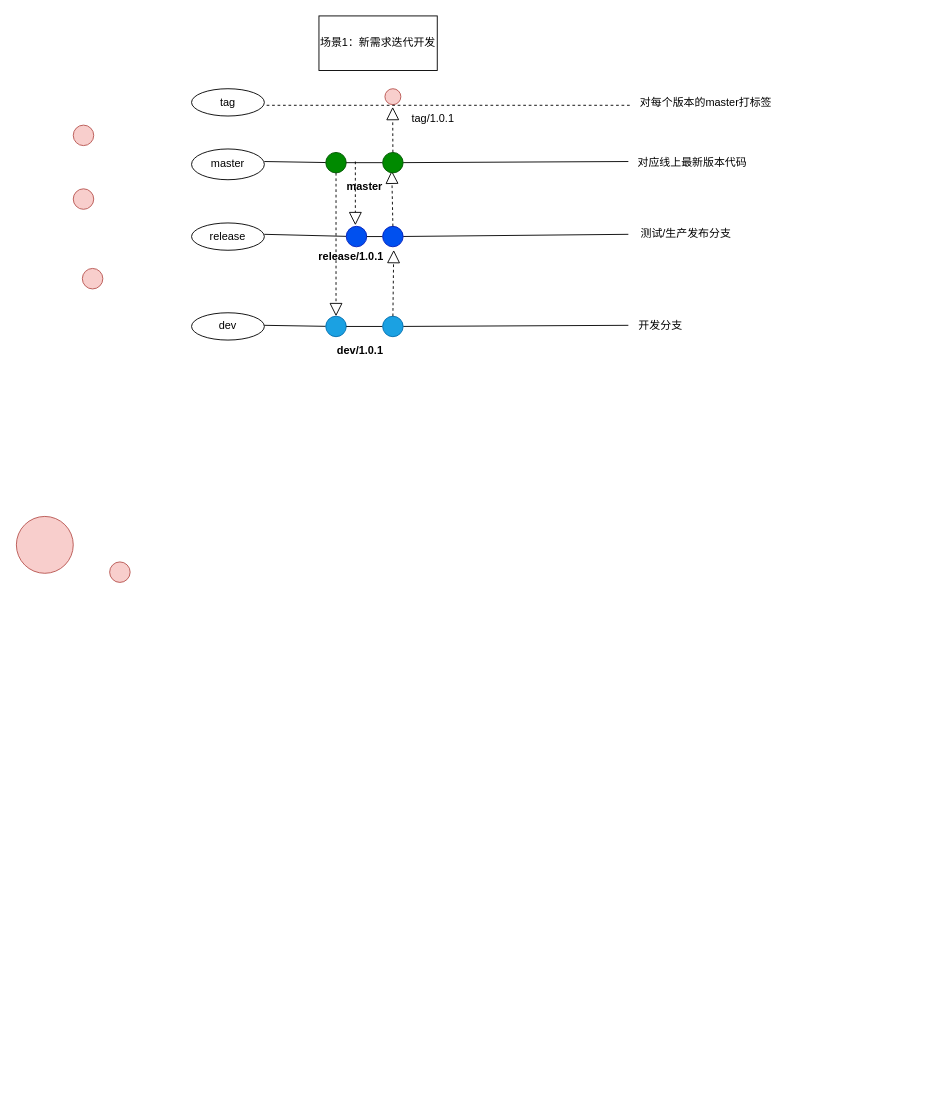
Above: 分支管理图谱/未命名绘图.drawio in fenghao13/drawFile (draw.io), before the change. Source tidied: cells renumbered, new cells numbered last; positions are measured from the earlier drawing's top-left corner, leaving out a move shared by most shapes. Both pictures are drawn from the tidied source at 91%, with x=0, y=0 at pixel (16, 15).
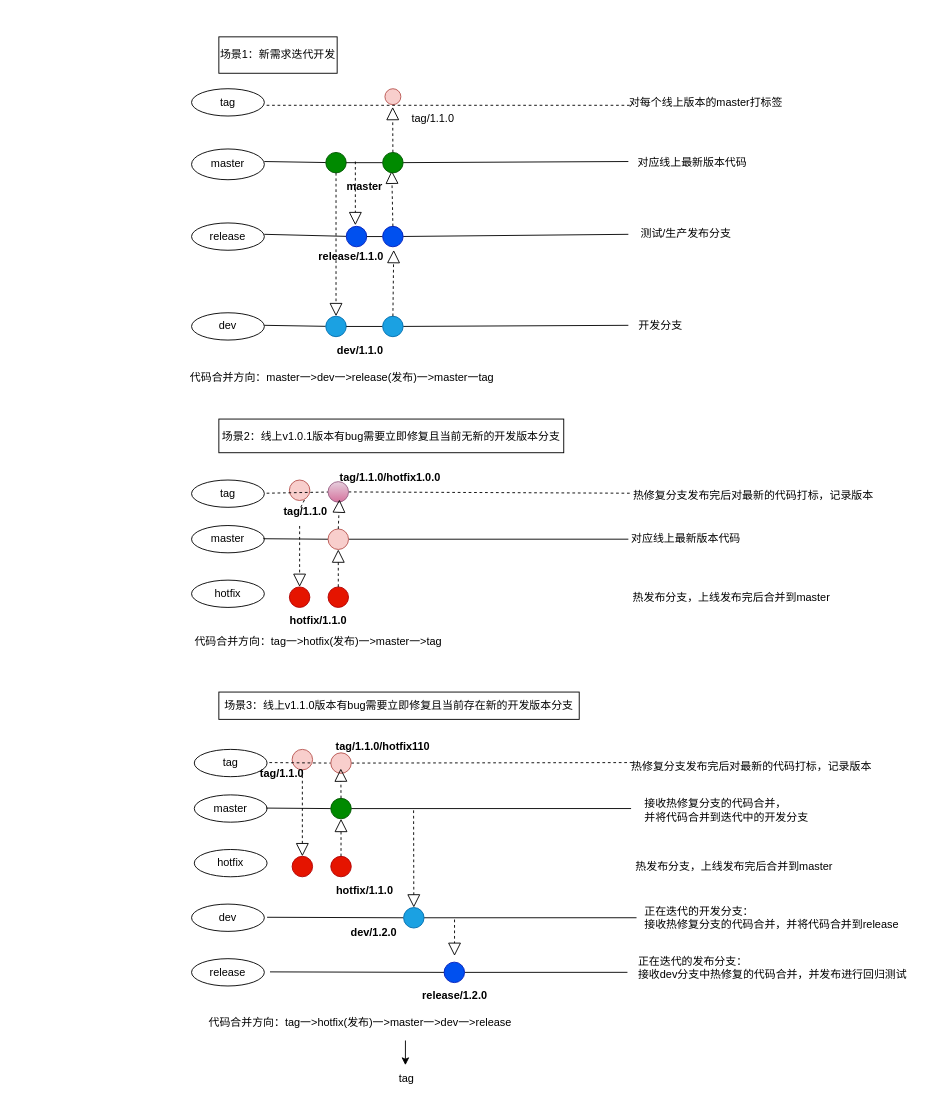
After the change.

Commit message:
代码分支管理方案图谱

The edit, as a diff of the source:
```diff
@@
-    <mxCell id="7" style="ellipse;whiteSpace=wrap;html=1;fillColor=#f8cecc;strokeColor=#b85450;" parent="1" vertex="1">
-      <mxGeometry x="62" y="120" width="22.5" height="22.5" as="geometry" />
-    </mxCell>
-    <mxCell id="8" style="ellipse;whiteSpace=wrap;html=1;fillColor=#f8cecc;strokeColor=#b85450;" parent="1" vertex="1">
-      <mxGeometry x="62" y="190" width="22.5" height="22.5" as="geometry" />
+    <mxCell id="8" style="ellipse;whiteSpace=wrap;html=1;fillColor=#e51400;strokeColor=#B20000;fontColor=#ffffff;" parent="1" vertex="1">
+      <mxGeometry x="299.5" y="627.5" width="22.5" height="22.5" as="geometry" />
     </mxCell>
     <mxCell id="9" style="ellipse;whiteSpace=wrap;html=1;fillColor=#f8cecc;strokeColor=#b85450;" parent="1" vertex="1">
-      <mxGeometry x="72" y="277.5" width="22.5" height="22.5" as="geometry" />
+      <mxGeometry x="299.5" y="510" width="22.5" height="22.5" as="geometry" />
     </mxCell>
-    <mxCell id="10" style="ellipse;whiteSpace=wrap;html=1;fillColor=#f8cecc;strokeColor=#b85450;" parent="1" vertex="1">
-      <mxGeometry x="102" y="600" width="22.5" height="22.5" as="geometry" />
-    </mxCell>
@@
-    <mxCell id="12" style="ellipse;whiteSpace=wrap;html=1;fillColor=#f8cecc;strokeColor=#b85450;" parent="1" vertex="1">
-      <mxGeometry x="-0.5" y="550" width="62.5" height="62.5" as="geometry" />
-    </mxCell>
@@
     <mxCell id="17" value="场景1：新需求迭代开发" style="rounded=0;whiteSpace=wrap;html=1;" parent="1" vertex="1">
-      <mxGeometry x="332" width="130" height="60" as="geometry" />
+      <mxGeometry x="222" y="23" width="130" height="40" as="geometry" />
     </mxCell>
@@
-    <mxCell id="21" value="release/1.0.1" style="text;html=1;align=center;verticalAlign=middle;points=[];strokeColor=none;fillColor=none;fontStyle=1;" parent="1" vertex="1">
+    <mxCell id="21" value="release/1.1.0" style="text;html=1;align=center;verticalAlign=middle;points=[];strokeColor=none;fillColor=none;fontStyle=1;" parent="1" vertex="1">
       <mxGeometry x="322" y="250" width="90" height="30" as="geometry" />
     </mxCell>
-    <mxCell id="22" value="dev/1.0.1" style="text;html=1;align=center;verticalAlign=middle;strokeColor=none;fillColor=none;fontStyle=1;" parent="1" vertex="1">
+    <mxCell id="22" value="dev/1.1.0" style="text;html=1;align=center;verticalAlign=middle;strokeColor=none;fillColor=none;fontStyle=1;" parent="1" vertex="1">
       <mxGeometry x="342" y="352.5" width="70" height="30" as="geometry" />
     </mxCell>
@@
-    <mxCell id="30" value="对每个版本的master打标签" style="text;html=1;align=center;verticalAlign=middle;strokeColor=none;fillColor=none;" parent="1" vertex="1">
-      <mxGeometry x="672" y="80" width="170" height="30" as="geometry" />
+    <mxCell id="30" value="对每个线上版本的master打标签" style="text;html=1;align=center;verticalAlign=middle;strokeColor=none;fillColor=none;" parent="1" vertex="1">
+      <mxGeometry x="662" y="80" width="190" height="30" as="geometry" />
     </mxCell>
@@
-    <mxCell id="41" value="tag/1.0.1" style="text;html=1;align=center;verticalAlign=middle;strokeColor=none;fillColor=none;" parent="1" vertex="1">
+    <mxCell id="41" value="tag/1.1.0" style="text;html=1;align=center;verticalAlign=middle;strokeColor=none;fillColor=none;" parent="1" vertex="1">
       <mxGeometry x="422" y="97.5" width="70" height="30" as="geometry" />
     </mxCell>
+    <mxCell id="42" value="场景2：线上v1.0.1版本有bug需要立即修复且当前无新的开发版本分支" style="whiteSpace=wrap;html=1;" parent="1" vertex="1">
+      <mxGeometry x="222" y="443" width="379" height="37" as="geometry" />
+    </mxCell>
+    <mxCell id="43" value="tag" style="ellipse;whiteSpace=wrap;html=1;" parent="1" vertex="1">
+      <mxGeometry x="192" y="510" width="80" height="30" as="geometry" />
+    </mxCell>
+    <mxCell id="44" style="endArrow=none;dashed=1;html=1;rounded=0;startArrow=none;" parent="1" edge="1" source="58">
+      <mxGeometry relative="1" as="geometry">
+        <mxPoint x="674.5" y="524.5" as="targetPoint" />
+      </mxGeometry>
+    </mxCell>
+    <mxCell id="45" value="master" style="ellipse;whiteSpace=wrap;html=1;" parent="1" vertex="1">
+      <mxGeometry x="192" y="560" width="80" height="30" as="geometry" />
+    </mxCell>
+    <mxCell id="46" style="endArrow=none;html=1;rounded=0;startArrow=none;" parent="1" edge="1" source="7">
+      <mxGeometry relative="1" as="geometry">
+        <mxPoint x="672" y="575" as="targetPoint" />
+      </mxGeometry>
+    </mxCell>
+    <mxCell id="47" value="hotfix" style="ellipse;whiteSpace=wrap;html=1;" parent="1" vertex="1">
+      <mxGeometry x="192" y="620" width="80" height="30" as="geometry" />
+    </mxCell>
+    <mxCell id="48" style="endArrow=none;html=1;rounded=0;" parent="1" edge="1" target="7">
+      <mxGeometry relative="1" as="geometry">
+        <mxPoint x="270.8" y="574.5" as="sourcePoint" />
+      </mxGeometry>
+    </mxCell>
+    <mxCell id="7" style="ellipse;whiteSpace=wrap;html=1;fillColor=#f8cecc;strokeColor=#b85450;" parent="1" vertex="1">
+      <mxGeometry x="342" y="563.8" width="22.5" height="22.5" as="geometry" />
+    </mxCell>
+    <mxCell id="49" style="endArrow=block;dashed=1;endFill=0;endSize=12;html=1;rounded=0;entryX=0.5;entryY=0;entryDx=0;entryDy=0;startArrow=none;exitX=0.411;exitY=1.017;exitDx=0;exitDy=0;exitPerimeter=0;" parent="1" edge="1" source="51" target="8">
+      <mxGeometry relative="1" as="geometry" />
+    </mxCell>
+    <mxCell id="50" style="endArrow=none;dashed=1;endFill=0;endSize=12;html=1;rounded=0;entryX=0.5;entryY=0;entryDx=0;entryDy=0;" parent="1" edge="1" target="51">
+      <mxGeometry relative="1" as="geometry">
+        <mxPoint x="312" y="540" as="sourcePoint" />
+      </mxGeometry>
+    </mxCell>
+    <mxCell id="51" value="tag/1.1.0" style="text;html=1;align=center;verticalAlign=middle;points=[];strokeColor=none;fillColor=none;fontStyle=1;" parent="1" vertex="1">
+      <mxGeometry x="282" y="530" width="70" height="30" as="geometry" />
+    </mxCell>
+    <mxCell id="52" value="对应线上最新版本代码" style="text;html=1;align=center;verticalAlign=middle;strokeColor=none;fillColor=none;" parent="1" vertex="1">
+      <mxGeometry x="664.5" y="560" width="140" height="30" as="geometry" />
+    </mxCell>
+    <mxCell id="53" value="代码合并方向：master一&amp;gt;dev一&amp;gt;release(发布)一&amp;gt;master一tag" style="text;html=1;align=center;verticalAlign=middle;strokeColor=none;fillColor=none;" parent="1" vertex="1">
+      <mxGeometry x="177" y="382.5" width="360" height="30" as="geometry" />
+    </mxCell>
+    <mxCell id="54" value="热发布分支，上线发布完后合并到master" style="text;html=1;align=center;verticalAlign=middle;strokeColor=none;fillColor=none;" parent="1" vertex="1">
+      <mxGeometry x="664.5" y="623.8" width="240" height="30" as="geometry" />
+    </mxCell>
+    <mxCell id="55" style="ellipse;whiteSpace=wrap;html=1;fillColor=#e51400;strokeColor=#B20000;fontColor=#ffffff;" parent="1" vertex="1">
+      <mxGeometry x="342" y="627.5" width="22.5" height="22.5" as="geometry" />
+    </mxCell>
+    <mxCell id="56" style="endArrow=block;dashed=1;endFill=0;endSize=12;html=1;rounded=0;exitX=0.5;exitY=0;exitDx=0;exitDy=0;entryX=0.5;entryY=1;entryDx=0;entryDy=0;" parent="1" edge="1" source="55" target="7">
+      <mxGeometry relative="1" as="geometry" />
+    </mxCell>
+    <mxCell id="57" style="endArrow=none;dashed=1;html=1;rounded=0;" parent="1" edge="1" target="58">
+      <mxGeometry relative="1" as="geometry">
+        <mxPoint x="274.5" y="524.5" as="sourcePoint" />
+      </mxGeometry>
+    </mxCell>
+    <mxCell id="58" style="ellipse;whiteSpace=wrap;html=1;fillColor=#e6d0de;strokeColor=#996185;gradientColor=#d5739d;" parent="1" vertex="1">
+      <mxGeometry x="342" y="511.8" width="22.5" height="22.5" as="geometry" />
+    </mxCell>
+    <mxCell id="59" style="endArrow=block;dashed=1;endFill=0;endSize=12;html=1;rounded=0;exitX=0.5;exitY=0;exitDx=0;exitDy=0;entryX=1.036;entryY=0.047;entryDx=0;entryDy=0;entryPerimeter=0;" parent="1" edge="1" source="7" target="51">
+      <mxGeometry relative="1" as="geometry" />
+    </mxCell>
+    <mxCell id="60" value="tag/1.1.0/hotfix1.0.0" style="text;html=1;align=center;verticalAlign=middle;strokeColor=none;fillColor=none;fontStyle=1;" parent="1" vertex="1">
+      <mxGeometry x="345" y="493" width="130" height="30" as="geometry" />
+    </mxCell>
+    <mxCell id="61" value="热修复分支发布完后对最新的代码打标，记录版本" style="text;html=1;align=center;verticalAlign=middle;strokeColor=none;fillColor=none;" parent="1" vertex="1">
+      <mxGeometry x="663.5" y="511.8" width="290" height="30" as="geometry" />
+    </mxCell>
+    <mxCell id="62" value="hotfix/1.1.0" style="text;html=1;align=center;verticalAlign=middle;strokeColor=none;fillColor=none;fontStyle=1;" parent="1" vertex="1">
+      <mxGeometry x="286" y="650" width="90" height="30" as="geometry" />
+    </mxCell>
+    <mxCell id="63" style="ellipse;whiteSpace=wrap;html=1;fillColor=#e51400;strokeColor=#B20000;fontColor=#ffffff;" parent="1" vertex="1">
+      <mxGeometry x="302.5" y="923.5" width="22.5" height="22.5" as="geometry" />
+    </mxCell>
+    <mxCell id="64" style="ellipse;whiteSpace=wrap;html=1;fillColor=#f8cecc;strokeColor=#b85450;" parent="1" vertex="1">
+      <mxGeometry x="302.5" y="806" width="22.5" height="22.5" as="geometry" />
+    </mxCell>
+    <mxCell id="65" value="场景3：线上v1.1.0版本有bug需要立即修复且当前存在新的开发版本分支" style="whiteSpace=wrap;html=1;" parent="1" vertex="1">
+      <mxGeometry x="222" y="743" width="396" height="30" as="geometry" />
+    </mxCell>
+    <mxCell id="66" value="tag" style="ellipse;whiteSpace=wrap;html=1;" parent="1" vertex="1">
+      <mxGeometry x="195" y="806" width="80" height="30" as="geometry" />
+    </mxCell>
+    <mxCell id="67" style="endArrow=none;dashed=1;html=1;rounded=0;startArrow=none;" parent="1" edge="1" source="79">
+      <mxGeometry relative="1" as="geometry">
+        <mxPoint x="677.5" y="820.5" as="targetPoint" />
+      </mxGeometry>
+    </mxCell>
+    <mxCell id="68" value="master" style="ellipse;whiteSpace=wrap;html=1;" parent="1" vertex="1">
+      <mxGeometry x="195" y="856" width="80" height="30" as="geometry" />
+    </mxCell>
+    <mxCell id="69" style="endArrow=none;html=1;rounded=0;startArrow=none;" parent="1" edge="1" source="72">
+      <mxGeometry relative="1" as="geometry">
+        <mxPoint x="675" y="871" as="targetPoint" />
+      </mxGeometry>
+    </mxCell>
+    <mxCell id="70" value="hotfix" style="ellipse;whiteSpace=wrap;html=1;" parent="1" vertex="1">
+      <mxGeometry x="195" y="916" width="80" height="30" as="geometry" />
+    </mxCell>
+    <mxCell id="71" style="endArrow=none;html=1;rounded=0;" parent="1" edge="1" target="72">
+      <mxGeometry relative="1" as="geometry">
+        <mxPoint x="273.8" y="870.5" as="sourcePoint" />
+      </mxGeometry>
+    </mxCell>
+    <mxCell id="72" style="ellipse;whiteSpace=wrap;html=1;fillColor=#008a00;strokeColor=#005700;fontColor=#ffffff;" parent="1" vertex="1">
+      <mxGeometry x="345" y="859.8" width="22.5" height="22.5" as="geometry" />
+    </mxCell>
+    <mxCell id="73" style="endArrow=block;dashed=1;endFill=0;endSize=12;html=1;rounded=0;entryX=0.5;entryY=0;entryDx=0;entryDy=0;startArrow=none;exitX=0.5;exitY=1;exitDx=0;exitDy=0;" parent="1" edge="1" source="64" target="63">
+      <mxGeometry relative="1" as="geometry" />
+    </mxCell>
+    <mxCell id="74" value="接收热修复分支的代码合并，&lt;br&gt;并将代码合并到迭代中的开发分支" style="text;html=1;align=left;verticalAlign=middle;strokeColor=none;fillColor=none;" parent="1" vertex="1">
+      <mxGeometry x="687.5" y="853" width="200" height="40" as="geometry" />
+    </mxCell>
+    <mxCell id="75" value="热发布分支，上线发布完后合并到master" style="text;html=1;align=center;verticalAlign=middle;strokeColor=none;fillColor=none;" parent="1" vertex="1">
+      <mxGeometry x="667.5" y="919.8" width="240" height="30" as="geometry" />
+    </mxCell>
+    <mxCell id="76" style="ellipse;whiteSpace=wrap;html=1;fillColor=#e51400;strokeColor=#B20000;fontColor=#ffffff;" parent="1" vertex="1">
+      <mxGeometry x="345" y="923.5" width="22.5" height="22.5" as="geometry" />
+    </mxCell>
+    <mxCell id="77" style="endArrow=block;dashed=1;endFill=0;endSize=12;html=1;rounded=0;exitX=0.5;exitY=0;exitDx=0;exitDy=0;entryX=0.5;entryY=1;entryDx=0;entryDy=0;" parent="1" edge="1" source="76" target="72">
+      <mxGeometry relative="1" as="geometry" />
+    </mxCell>
+    <mxCell id="78" style="endArrow=none;dashed=1;html=1;rounded=0;" parent="1" edge="1" target="79">
+      <mxGeometry relative="1" as="geometry">
+        <mxPoint x="277.5" y="820.5" as="sourcePoint" />
+      </mxGeometry>
+    </mxCell>
+    <mxCell id="79" style="ellipse;whiteSpace=wrap;html=1;fillColor=#f8cecc;strokeColor=#b85450;" parent="1" vertex="1">
+      <mxGeometry x="345" y="809.8" width="22.5" height="22.5" as="geometry" />
+    </mxCell>
+    <mxCell id="80" style="endArrow=block;dashed=1;endFill=0;endSize=12;html=1;rounded=0;exitX=0.5;exitY=0;exitDx=0;exitDy=0;" parent="1" edge="1" source="72">
+      <mxGeometry relative="1" as="geometry">
+        <mxPoint x="356" y="827" as="targetPoint" />
+      </mxGeometry>
+    </mxCell>
+    <mxCell id="81" value="tag/1.1.0/hotfix110" style="text;html=1;align=center;verticalAlign=middle;strokeColor=none;fillColor=none;fontStyle=1;" parent="1" vertex="1">
+      <mxGeometry x="337" y="788" width="130" height="30" as="geometry" />
+    </mxCell>
+    <mxCell id="82" value="热修复分支发布完后对最新的代码打标，记录版本" style="text;html=1;align=center;verticalAlign=middle;strokeColor=none;fillColor=none;" parent="1" vertex="1">
+      <mxGeometry x="662" y="809.8" width="290" height="30" as="geometry" />
+    </mxCell>
+    <mxCell id="83" value="hotfix/1.1.0" style="text;html=1;align=center;verticalAlign=middle;strokeColor=none;fillColor=none;fontStyle=1;" parent="1" vertex="1">
+      <mxGeometry x="337" y="946" width="90" height="30" as="geometry" />
+    </mxCell>
+    <mxCell id="84" value="代码合并方向：tag一&amp;gt;hotfix(发布)一&amp;gt;master一&amp;gt;tag" style="text;html=1;align=center;verticalAlign=middle;strokeColor=none;fillColor=none;" parent="1" vertex="1">
+      <mxGeometry x="181" y="673" width="300" height="30" as="geometry" />
+    </mxCell>
+    <mxCell id="85" value="dev" style="ellipse;whiteSpace=wrap;html=1;" parent="1" vertex="1">
+      <mxGeometry x="192" y="976" width="80" height="30" as="geometry" />
+    </mxCell>
+    <mxCell id="86" style="endArrow=none;html=1;rounded=0;startArrow=none;" parent="1" edge="1" source="88">
+      <mxGeometry relative="1" as="geometry">
+        <mxPoint x="681" y="991" as="targetPoint" />
+      </mxGeometry>
+    </mxCell>
+    <mxCell id="87" style="endArrow=none;html=1;rounded=0;startArrow=none;" parent="1" edge="1" target="88">
+      <mxGeometry relative="1" as="geometry">
+        <mxPoint x="275" y="990.5" as="sourcePoint" />
+      </mxGeometry>
+    </mxCell>
+    <mxCell id="88" style="ellipse;whiteSpace=wrap;html=1;fillColor=#1ba1e2;strokeColor=#006EAF;fontColor=#ffffff;" parent="1" vertex="1">
+      <mxGeometry x="425" y="979.8" width="22.5" height="22.5" as="geometry" />
+    </mxCell>
+    <mxCell id="89" style="endArrow=block;dashed=1;endFill=0;endSize=12;html=1;rounded=0;entryX=0.5;entryY=0;entryDx=0;entryDy=0;" parent="1" edge="1" target="88">
+      <mxGeometry relative="1" as="geometry">
+        <mxPoint x="436" y="873" as="sourcePoint" />
+      </mxGeometry>
+    </mxCell>
+    <mxCell id="90" value="dev/1.2.0" style="text;html=1;align=center;verticalAlign=middle;strokeColor=none;fillColor=none;fontStyle=1;" parent="1" vertex="1">
+      <mxGeometry x="357" y="993" width="70" height="30" as="geometry" />
+    </mxCell>
+    <mxCell id="91" value="release" style="ellipse;whiteSpace=wrap;html=1;" parent="1" vertex="1">
+      <mxGeometry x="192" y="1036" width="80" height="30" as="geometry" />
+    </mxCell>
+    <mxCell id="92" style="endArrow=none;html=1;rounded=0;startArrow=none;" parent="1" edge="1" source="10">
+      <mxGeometry relative="1" as="geometry">
+        <mxPoint x="671" y="1051" as="targetPoint" />
+      </mxGeometry>
+    </mxCell>
+    <mxCell id="93" style="endArrow=block;dashed=1;endFill=0;endSize=12;html=1;rounded=0;" parent="1" edge="1">
+      <mxGeometry relative="1" as="geometry">
+        <mxPoint x="481" y="993" as="sourcePoint" />
+        <mxPoint x="481" y="1033" as="targetPoint" />
+      </mxGeometry>
+    </mxCell>
+    <mxCell id="94" style="endArrow=none;html=1;rounded=0;startArrow=none;" parent="1" edge="1" target="10">
+      <mxGeometry relative="1" as="geometry">
+        <mxPoint x="278.2" y="1050.5" as="sourcePoint" />
+      </mxGeometry>
+    </mxCell>
+    <mxCell id="10" style="ellipse;whiteSpace=wrap;html=1;fillColor=#0050ef;strokeColor=#001DBC;fontColor=#ffffff;" parent="1" vertex="1">
+      <mxGeometry x="469.5" y="1039.8" width="22.5" height="22.5" as="geometry" />
+    </mxCell>
+    <mxCell id="95" value="release/1.2.0" style="text;html=1;align=center;verticalAlign=middle;strokeColor=none;fillColor=none;fontStyle=1;" parent="1" vertex="1">
+      <mxGeometry x="435.8" y="1062.2" width="90" height="30" as="geometry" />
+    </mxCell>
+    <mxCell id="96" value="正在迭代的开发分支：&lt;br&gt;接收热修复分支的代码合并，并将代码合并到release" style="text;html=1;align=left;verticalAlign=middle;strokeColor=none;fillColor=none;" parent="1" vertex="1">
+      <mxGeometry x="687.5" y="971" width="300" height="40" as="geometry" />
+    </mxCell>
+    <mxCell id="97" value="正在迭代的发布分支：&lt;br&gt;接收dev分支中热修复的代码合并，并发布进行回归测试" style="text;html=1;align=left;verticalAlign=middle;strokeColor=none;fillColor=none;" parent="1" vertex="1">
+      <mxGeometry x="681" y="1026" width="320" height="40" as="geometry" />
+    </mxCell>
+    <mxCell id="98" value="tag/1.1.0" style="text;html=1;align=center;verticalAlign=middle;strokeColor=none;fillColor=none;fontStyle=1;" parent="1" vertex="1">
+      <mxGeometry x="256" y="818" width="70" height="30" as="geometry" />
+    </mxCell>
+    <mxCell id="99" value="代码合并方向：tag一&amp;gt;hotfix(发布)一&amp;gt;master一&amp;gt;dev一&amp;gt;release" style="text;html=1;align=center;verticalAlign=middle;points=[];strokeColor=none;fillColor=none;" parent="1" vertex="1">
+      <mxGeometry x="197" y="1092.2" width="360" height="30" as="geometry" />
+    </mxCell>
+    <mxCell id="100" style="edgeStyle=orthogonalEdgeStyle;rounded=0;jettySize=auto;html=1;exitX=0.639;exitY=1.124;exitDx=0;exitDy=0;exitPerimeter=0;" parent="1" edge="1" source="99">
+      <mxGeometry relative="1" as="geometry">
+        <mxPoint x="427" y="1153" as="targetPoint" />
+      </mxGeometry>
+    </mxCell>
+    <mxCell id="101" value="tag" style="text;html=1;align=center;verticalAlign=middle;strokeColor=none;fillColor=none;" parent="1" vertex="1">
+      <mxGeometry x="407.5" y="1153" width="40" height="30" as="geometry" />
+    </mxCell>
```
